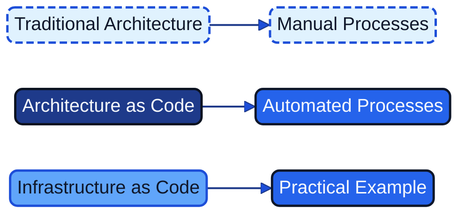
Above: docs/images/diagram_01_introduction.png in Geonitab/architecture_as_code (Mermaid), before the change. Its source is kept beside it as docs/images/diagram_01_introduction.mmd. The source it was exported from:
```mermaid
graph LR
    A[Traditional Architecture]:::geon-muted --> B[Manual Processes]:::geon-muted
    C[Architecture as Code]:::geon-primary --> D[Automated Processes]:::geon-accent
    E[Infrastructure as Code]:::geon-highlight --> F[Practical Example]:::geon-accent
```
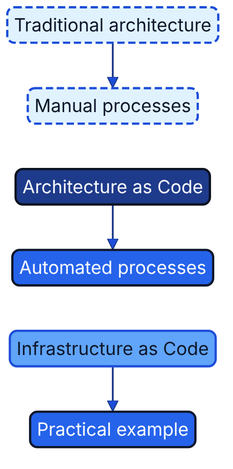
The same diagram one commit later.

Change to the diagram source:
```diff
@@ -1,4 +1,6 @@
-graph LR
-    A[Traditional Architecture]:::geon-muted --> B[Manual Processes]:::geon-muted
-    C[Architecture as Code]:::geon-primary --> D[Automated Processes]:::geon-accent
-    E[Infrastructure as Code]:::geon-highlight --> F[Practical Example]:::geon-accent
+flowchart TB
+    A["Traditional architecture"]:::geon-muted --> B["Manual processes"]:::geon-muted
+    C["Architecture as Code"]:::geon-primary --> D["Automated processes"]:::geon-accent
+    E["Infrastructure as Code"]:::geon-highlight --> F["Practical example"]:::geon-accent
+    B ~~~ C
+    D ~~~ E
```
